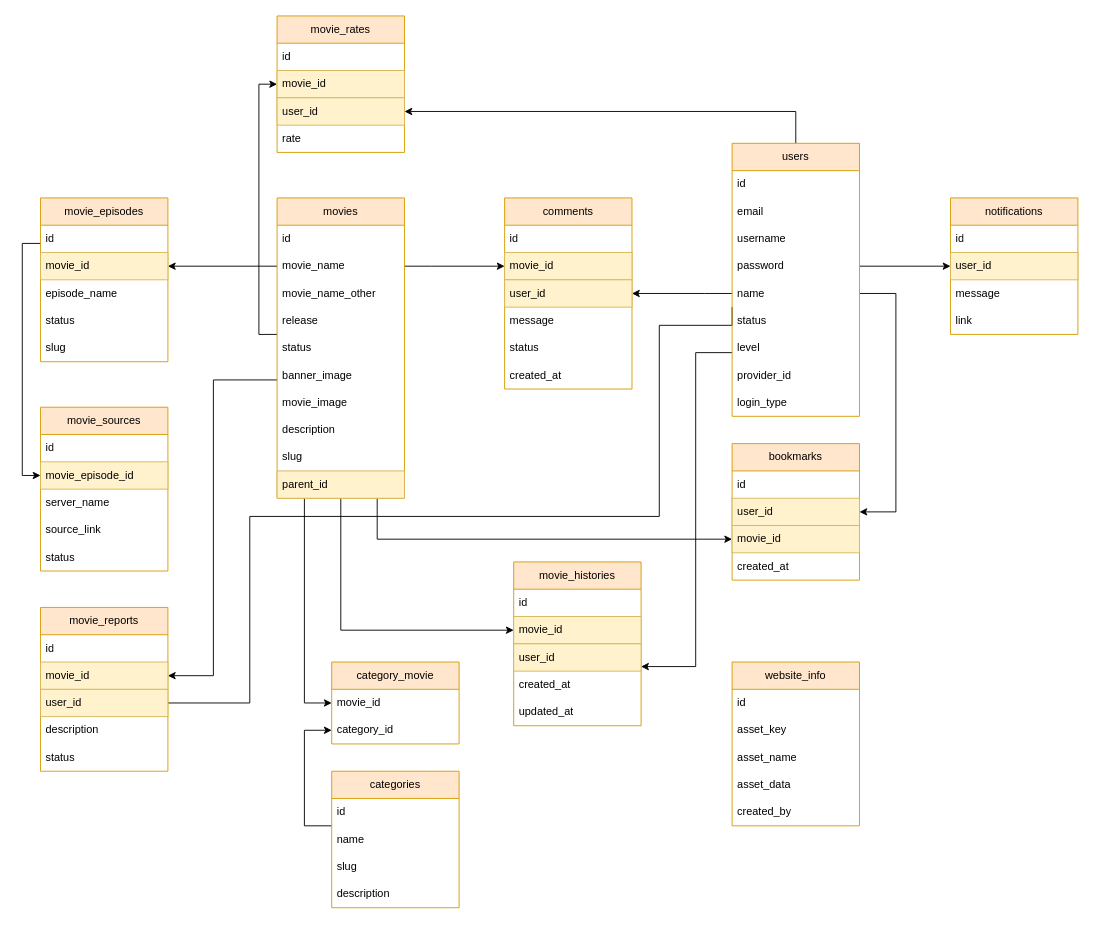
Before: movies_erd.drawio in chinhps/movie-project, a draw.io diagram. Source tidied: cells renumbered, new cells numbered last; positions are measured from the earlier drawing's top-left corner, leaving out a move shared by most shapes. Both pictures are drawn from the tidied source at 91%, with x=0, y=0 at pixel (22, 15).
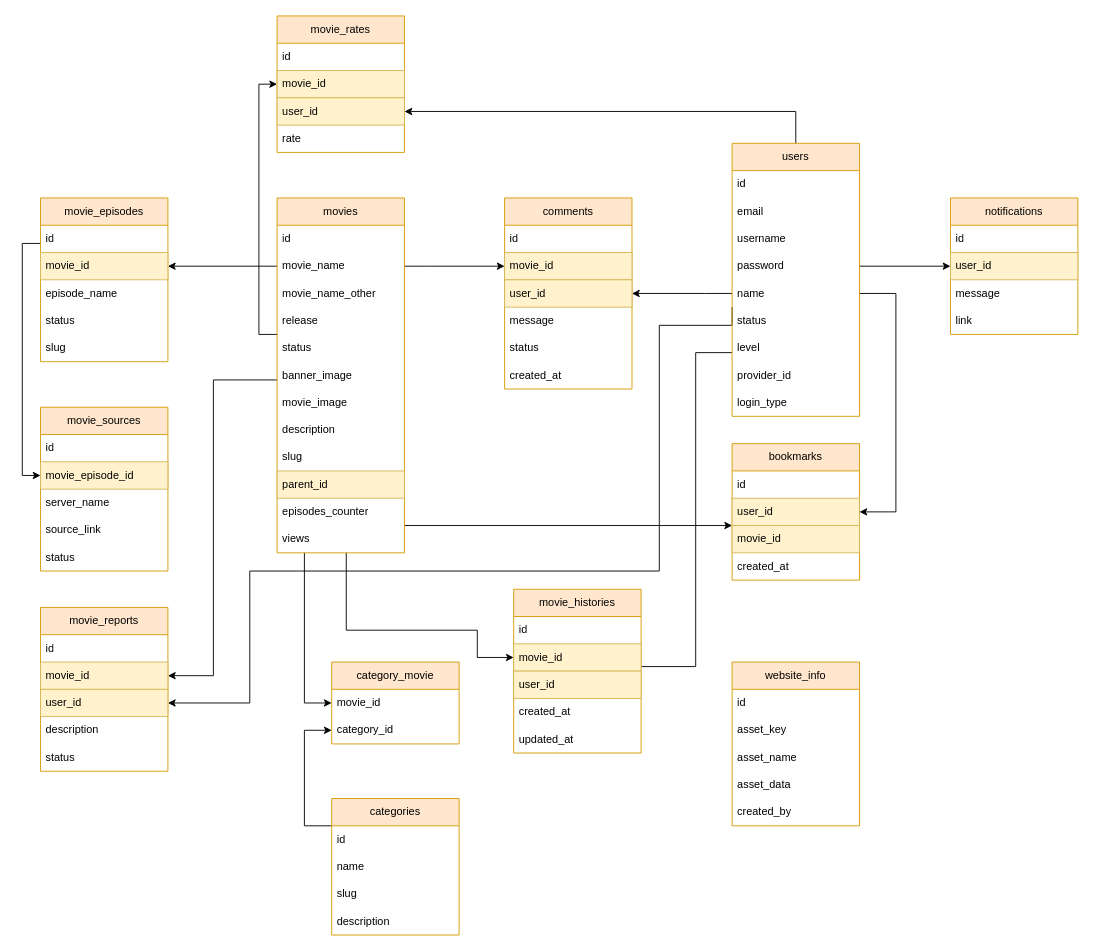
The same diagram, later.

Commit message:
change: add field in movies

Unchanged cells that the change refers to:
```xml
<mxCell id="62" value="movie_id" style="text;strokeColor=#d6b656;fillColor=#fff2cc;align=left;verticalAlign=middle;spacingLeft=4;spacingRight=4;overflow=hidden;points=[[0,0.5],[1,0.5]];portConstraint=eastwest;whiteSpace=wrap;html=1;" parent="60" vertex="1">
  <mxGeometry y="60" width="140" height="30" as="geometry" />
</mxCell>
<mxCell id="80" value="user_id" style="text;strokeColor=#d6b656;fillColor=#fff2cc;align=left;verticalAlign=middle;spacingLeft=4;spacingRight=4;overflow=hidden;points=[[0,0.5],[1,0.5]];portConstraint=eastwest;whiteSpace=wrap;html=1;" parent="77" vertex="1">
  <mxGeometry y="90" width="140" height="30" as="geometry" />
</mxCell>
```

The edit, as a diff of the source:
```diff
@@
-    <mxCell id="5" style="edgeStyle=orthogonalEdgeStyle;rounded=0;jettySize=auto;html=1;" parent="1" edge="1" target="62">
+    <mxCell id="5" style="edgeStyle=orthogonalEdgeStyle;rounded=0;jettySize=auto;html=1;entryX=0;entryY=0.5;entryDx=0;entryDy=0;" parent="1" edge="1" source="9" target="62">
       <mxGeometry relative="1" as="geometry">
-        <mxPoint x="350" y="530" as="sourcePoint" />
         <Array as="points">
-          <mxPoint x="350" y="675" />
+          <mxPoint x="356" y="675" />
+          <mxPoint x="500" y="675" />
+          <mxPoint x="500" y="705" />
         </Array>
       </mxGeometry>
     </mxCell>
@@
     <mxCell id="9" value="movies" style="swimlane;fontStyle=0;horizontal=1;startSize=30;whiteSpace=wrap;html=1;fillColor=#ffe6cc;strokeColor=#d79b00;" parent="1" vertex="1">
-      <mxGeometry x="280" y="200" width="140" height="330" as="geometry" />
+      <mxGeometry x="280" y="200" width="140" height="390" as="geometry" />
     </mxCell>
@@
+    <mxCell id="98" value="episodes_counter" style="text;align=left;verticalAlign=middle;spacingLeft=4;spacingRight=4;overflow=hidden;whiteSpace=wrap;html=1;" parent="9" vertex="1">
+      <mxGeometry y="330" width="140" height="30" as="geometry" />
+    </mxCell>
+    <mxCell id="99" value="views" style="text;align=left;verticalAlign=middle;spacingLeft=4;spacingRight=4;overflow=hidden;whiteSpace=wrap;html=1;" parent="9" vertex="1">
+      <mxGeometry y="360" width="140" height="30" as="geometry" />
+    </mxCell>
@@
-    <mxCell id="39" style="edgeStyle=orthogonalEdgeStyle;rounded=0;orthogonalLoop=1;jettySize=auto;html=1;" parent="1" edge="1">
+    <mxCell id="39" style="edgeStyle=orthogonalEdgeStyle;rounded=0;jettySize=auto;html=1;entryX=1;entryY=0.5;entryDx=0;entryDy=0;" parent="1" edge="1" target="80">
       <mxGeometry relative="1" as="geometry">
         <mxPoint x="780" y="320" as="sourcePoint" />
-        <mxPoint x="150" y="755" as="targetPoint" />
         <Array as="points">
           <mxPoint x="780" y="340" />
           <mxPoint x="700" y="340" />
-          <mxPoint x="700" y="550" />
-          <mxPoint x="250" y="550" />
+          <mxPoint x="700" y="610" />
+          <mxPoint x="250" y="610" />
           <mxPoint x="250" y="755" />
         </Array>
       </mxGeometry>
     </mxCell>
@@
     <mxCell id="60" value="movie_histories" style="swimlane;fontStyle=0;horizontal=1;startSize=30;whiteSpace=wrap;html=1;fillColor=#ffe6cc;strokeColor=#d79b00;" parent="1" vertex="1">
-      <mxGeometry x="540" y="600" width="140" height="180" as="geometry" />
+      <mxGeometry x="540" y="630" width="140" height="180" as="geometry" />
     </mxCell>
@@
     <mxCell id="84" value="categories" style="swimlane;fontStyle=0;horizontal=1;startSize=30;whiteSpace=wrap;html=1;fillColor=#ffe6cc;strokeColor=#d79b00;" parent="1" vertex="1">
-      <mxGeometry x="340" y="830" width="140" height="150" as="geometry" />
+      <mxGeometry x="340" y="860" width="140" height="150" as="geometry" />
     </mxCell>
```
